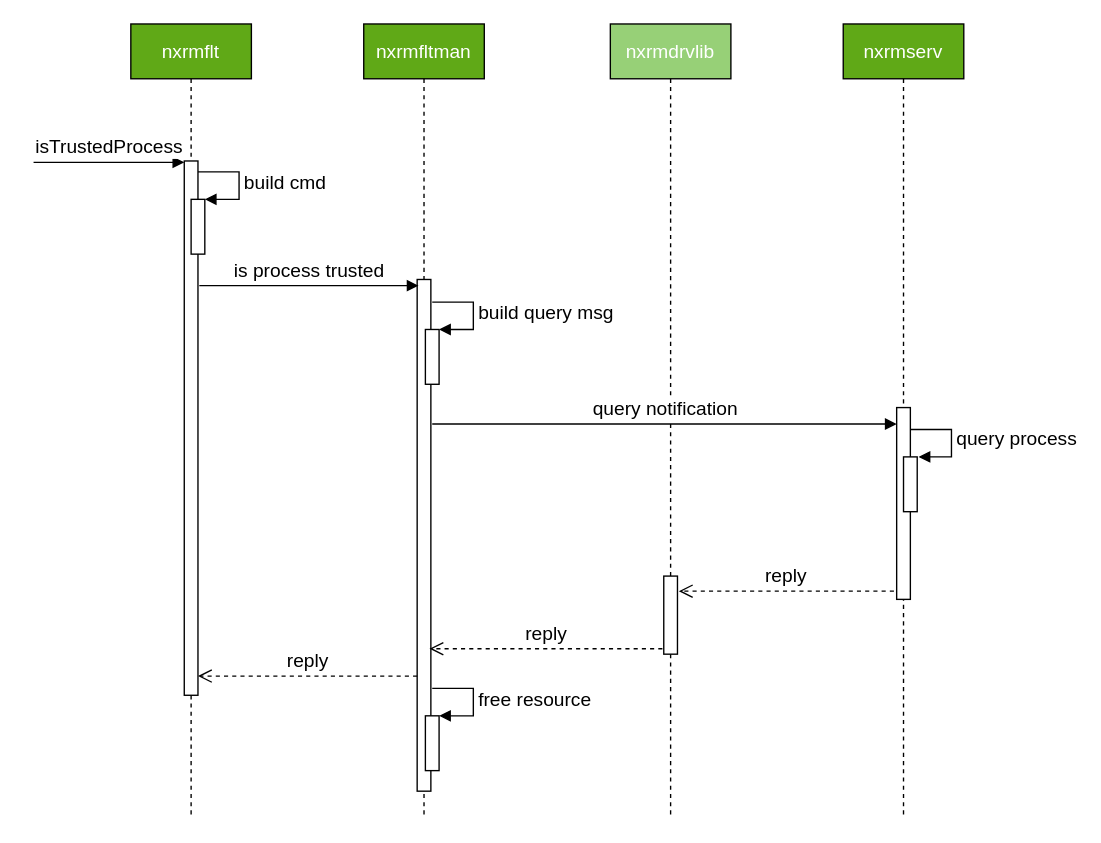
Before: page "Page-5" (5 of 5) of ectr_detail.drawio in linfenwen/draw_io, a draw.io diagram. Source tidied: cells renumbered, new cells numbered last; positions are measured from the earlier drawing's top-left corner, leaving out a move shared by most shapes. Both pictures are drawn from the tidied source at 137%, with x=0, y=0 at pixel (33, 23).
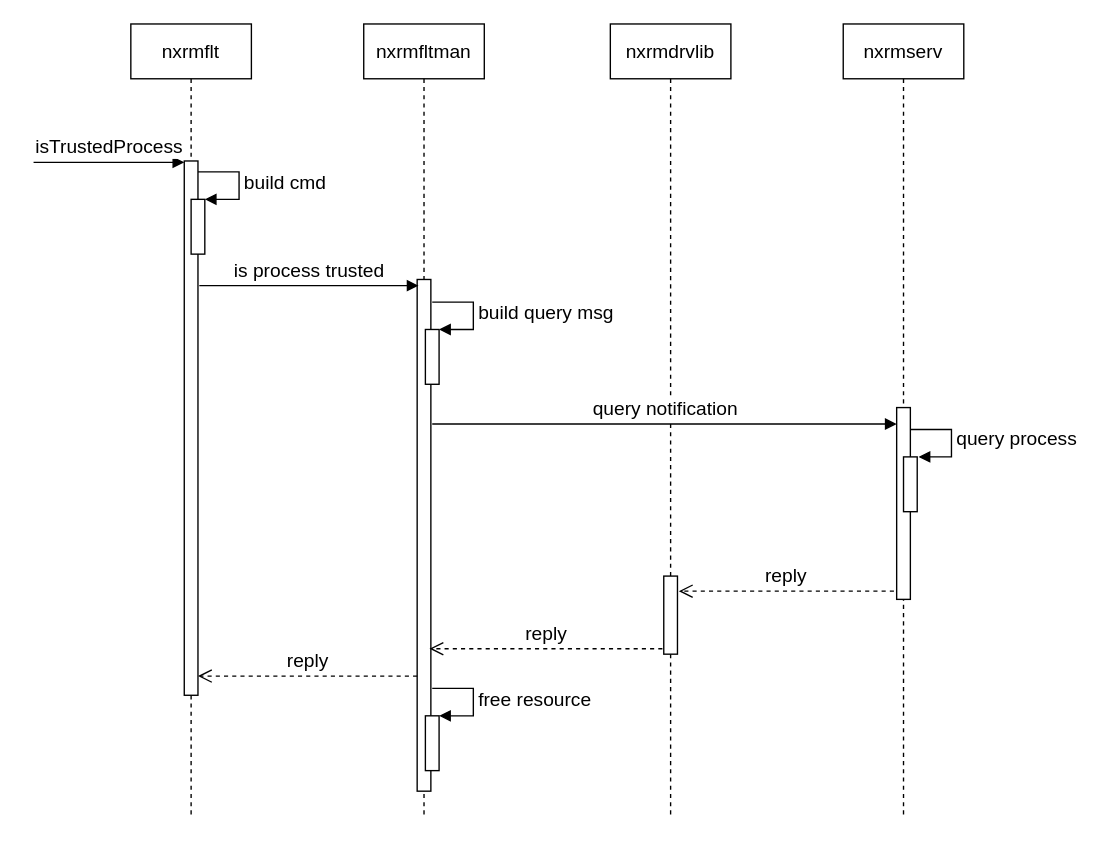
The same page after the edit.

Diff of the diagram source:
```diff
@@
-    <mxCell id="2" value="nxrmserv" style="shape=umlLifeline;perimeter=lifelinePerimeter;whiteSpace=wrap;html=1;fontSize=14;fillColor=#60a917;fontColor=#ffffff;strokeColor=#000000;" parent="1" vertex="1">
+    <mxCell id="2" value="nxrmserv" style="shape=umlLifeline;perimeter=lifelinePerimeter;whiteSpace=wrap;html=1;fontSize=14;" parent="1" vertex="1">
       <mxGeometry x="591" width="88" height="580" as="geometry" />
     </mxCell>
@@
-    <mxCell id="6" value="nxrmdrvlib" style="shape=umlLifeline;perimeter=lifelinePerimeter;whiteSpace=wrap;html=1;fontSize=14;fillColor=#97D077;fontColor=#ffffff;strokeColor=#000000;" parent="1" vertex="1">
+    <mxCell id="6" value="nxrmdrvlib" style="shape=umlLifeline;perimeter=lifelinePerimeter;whiteSpace=wrap;html=1;fontSize=14;" parent="1" vertex="1">
       <mxGeometry x="421" width="88" height="580" as="geometry" />
     </mxCell>
@@
-    <mxCell id="8" value="nxrmfltman" style="shape=umlLifeline;perimeter=lifelinePerimeter;whiteSpace=wrap;html=1;fontSize=14;fillColor=#60a917;strokeColor=#000000;fontColor=#ffffff;" parent="1" vertex="1">
+    <mxCell id="8" value="nxrmfltman" style="shape=umlLifeline;perimeter=lifelinePerimeter;whiteSpace=wrap;html=1;fontSize=14;" parent="1" vertex="1">
       <mxGeometry x="241" width="88" height="580" as="geometry" />
     </mxCell>
@@
-    <mxCell id="10" value="nxrmflt" style="shape=umlLifeline;perimeter=lifelinePerimeter;whiteSpace=wrap;html=1;fontSize=14;fillColor=#60a917;fontColor=#ffffff;strokeColor=#000000;" parent="1" vertex="1">
+    <mxCell id="10" value="nxrmflt" style="shape=umlLifeline;perimeter=lifelinePerimeter;whiteSpace=wrap;html=1;fontSize=14;" parent="1" vertex="1">
       <mxGeometry x="71" width="88" height="580" as="geometry" />
     </mxCell>
```
